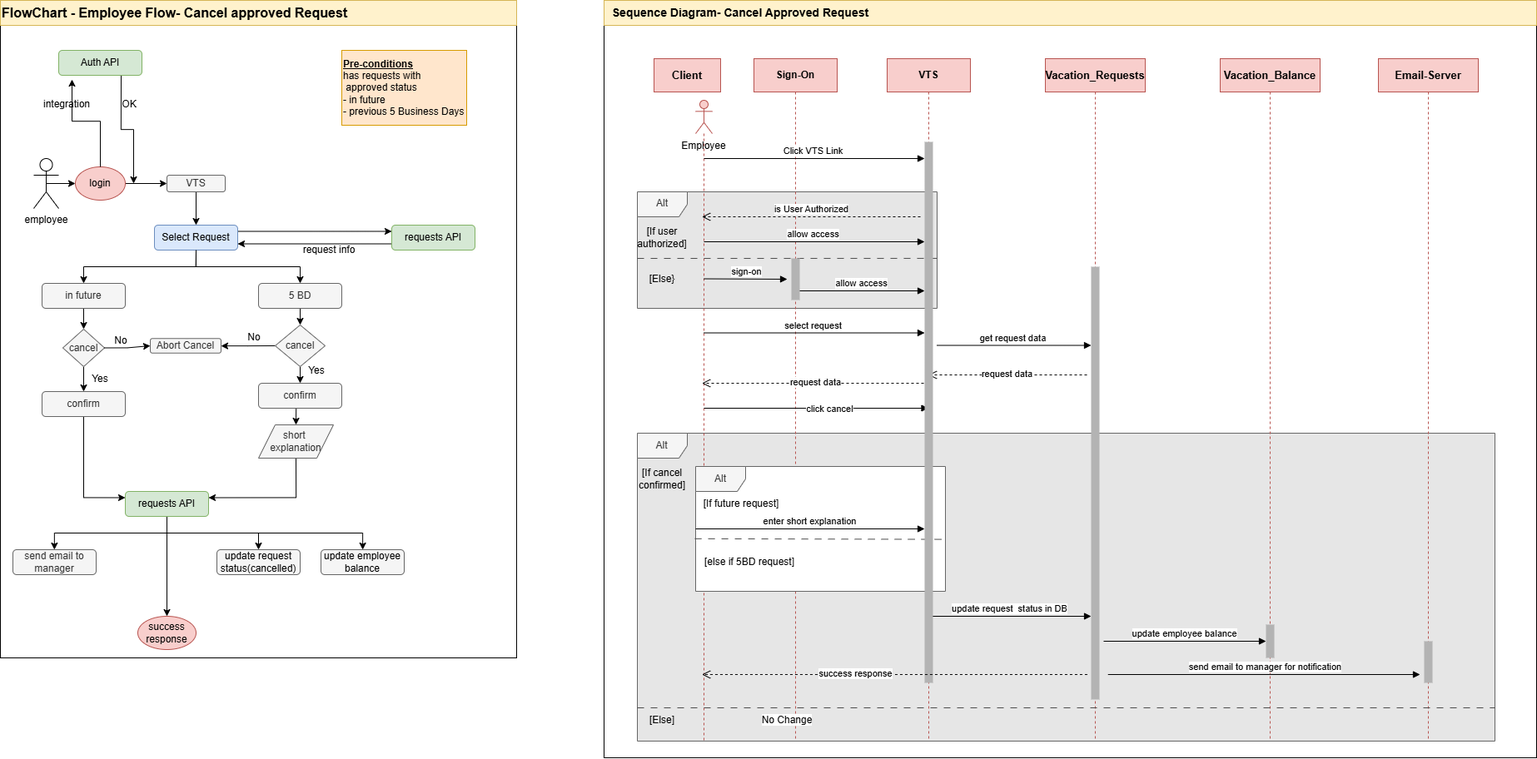
The draw.io diagram images/VTS-cancel request.png in Radwa-Kelany/task1-VTS, before a commit. Source tidied: cells renumbered, new cells last; positions are measured from the earlier drawing's top-left corner, leaving out a move shared by most shapes.
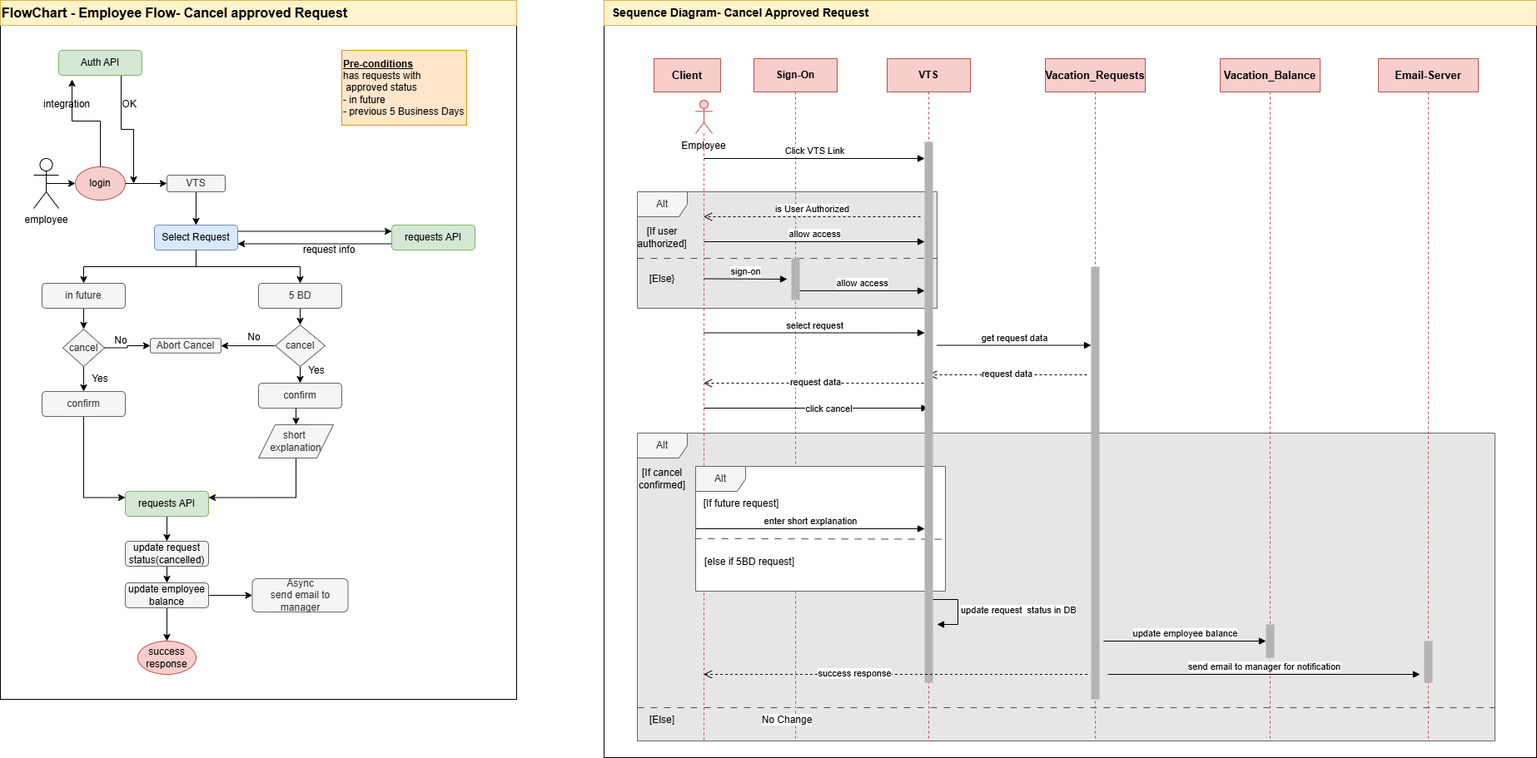
The same diagram one commit later.

Diff of the diagram source:
```diff
@@ -3,7 +3,7 @@
     <mxCell id="0" />
     <mxCell id="1" parent="0" />
     <mxCell id="2" style="rounded=0;whiteSpace=wrap;html=1;" parent="1" vertex="1">
-      <mxGeometry width="620" height="790" as="geometry" />
+      <mxGeometry width="620" height="840" as="geometry" />
     </mxCell>
     <mxCell id="3" style="edgeStyle=orthogonalEdgeStyle;rounded=0;jettySize=auto;html=1;exitX=0.5;exitY=0.5;exitDx=0;exitDy=0;exitPerimeter=0;entryX=0;entryY=0.5;entryDx=0;entryDy=0;" parent="1" edge="1" source="4" target="6">
       <mxGeometry relative="1" as="geometry" />
@@ -81,26 +81,17 @@
     <mxCell id="26" value="cancel" style="rhombus;whiteSpace=wrap;html=1;fillColor=#f5f5f5;fontColor=#333333;strokeColor=#666666;direction=south;" parent="1" vertex="1">
       <mxGeometry x="75" y="395" width="50" height="45" as="geometry" />
     </mxCell>
-    <mxCell id="27" style="edgeStyle=orthogonalEdgeStyle;rounded=0;jettySize=auto;html=1;exitX=0.5;exitY=1;exitDx=0;exitDy=0;" parent="1" edge="1" source="31" target="48">
+    <mxCell id="27" style="edgeStyle=orthogonalEdgeStyle;rounded=0;jettySize=auto;html=1;exitX=0.5;exitY=1;exitDx=0;exitDy=0;entryX=0.5;entryY=0;entryDx=0;entryDy=0;" parent="1" edge="1" source="31" target="48">
       <mxGeometry relative="1" as="geometry" />
     </mxCell>
-    <mxCell id="28" style="edgeStyle=orthogonalEdgeStyle;rounded=0;jettySize=auto;html=1;exitX=0.5;exitY=1;exitDx=0;exitDy=0;" parent="1" edge="1" source="31" target="47">
-      <mxGeometry relative="1" as="geometry" />
-    </mxCell>
-    <mxCell id="29" style="edgeStyle=orthogonalEdgeStyle;rounded=0;jettySize=auto;html=1;exitX=0.5;exitY=1;exitDx=0;exitDy=0;" parent="1" edge="1" source="31" target="32">
-      <mxGeometry relative="1" as="geometry" />
-    </mxCell>
-    <mxCell id="30" style="edgeStyle=orthogonalEdgeStyle;rounded=0;jettySize=auto;html=1;exitX=0.5;exitY=1;exitDx=0;exitDy=0;" parent="1" edge="1" source="31" target="33">
-      <mxGeometry relative="1" as="geometry" />
-    </mxCell>
     <mxCell id="31" value="requests API" style="rounded=1;whiteSpace=wrap;html=1;fillColor=#d5e8d4;strokeColor=#82b366;" parent="1" vertex="1">
       <mxGeometry x="150" y="590" width="100" height="30" as="geometry" />
     </mxCell>
     <mxCell id="32" value="success response" style="ellipse;whiteSpace=wrap;html=1;fillColor=#f8cecc;strokeColor=#b85450;" parent="1" vertex="1">
-      <mxGeometry x="165" y="740" width="70" height="40" as="geometry" />
+      <mxGeometry x="165" y="770" width="70" height="40" as="geometry" />
     </mxCell>
-    <mxCell id="33" value="send email to manager" style="rounded=1;whiteSpace=wrap;html=1;fillColor=#f5f5f5;fontColor=#333333;strokeColor=#666666;" parent="1" vertex="1">
-      <mxGeometry x="15" y="660" width="100" height="30" as="geometry" />
+    <mxCell id="33" value="Async&lt;div&gt;send email to manager&lt;/div&gt;" style="rounded=1;whiteSpace=wrap;html=1;fillColor=#f5f5f5;fontColor=#333333;strokeColor=#666666;" parent="1" vertex="1">
+      <mxGeometry x="302.5" y="695" width="115" height="40" as="geometry" />
     </mxCell>
     <mxCell id="34" value="Yes" style="text;html=1;whiteSpace=wrap;strokeColor=none;fillColor=none;align=center;verticalAlign=middle;rounded=0;" parent="1" vertex="1">
       <mxGeometry x="90" y="440" width="60" height="30" as="geometry" />
@@ -141,11 +132,20 @@
     <mxCell id="46" value="short&amp;nbsp;&lt;div&gt;explanation&lt;/div&gt;" style="shape=parallelogram;perimeter=parallelogramPerimeter;whiteSpace=wrap;html=1;fixedSize=1;fillColor=#f5f5f5;fontColor=#333333;strokeColor=#666666;" parent="1" vertex="1">
       <mxGeometry x="310" y="510" width="90" height="40" as="geometry" />
     </mxCell>
+    <mxCell id="99" style="edgeStyle=orthogonalEdgeStyle;rounded=0;jettySize=auto;html=1;exitX=0.5;exitY=1;exitDx=0;exitDy=0;entryX=0.5;entryY=0;entryDx=0;entryDy=0;" parent="1" edge="1" source="47" target="32">
+      <mxGeometry relative="1" as="geometry" />
+    </mxCell>
+    <mxCell id="100" style="edgeStyle=orthogonalEdgeStyle;rounded=0;jettySize=auto;html=1;exitX=1;exitY=0.5;exitDx=0;exitDy=0;entryX=0;entryY=0.5;entryDx=0;entryDy=0;" parent="1" edge="1" source="47" target="33">
+      <mxGeometry relative="1" as="geometry" />
+    </mxCell>
     <mxCell id="47" value="&lt;span style=&quot;color: rgb(0, 0, 0);&quot;&gt;update employee balance&lt;/span&gt;" style="rounded=1;whiteSpace=wrap;html=1;fillColor=#f5f5f5;fontColor=#333333;strokeColor=#666666;" parent="1" vertex="1">
-      <mxGeometry x="385" y="660" width="100" height="30" as="geometry" />
+      <mxGeometry x="150" y="700" width="100" height="30" as="geometry" />
     </mxCell>
+    <mxCell id="101" style="edgeStyle=orthogonalEdgeStyle;rounded=0;jettySize=auto;html=1;exitX=0.5;exitY=1;exitDx=0;exitDy=0;entryX=0.5;entryY=0;entryDx=0;entryDy=0;" parent="1" edge="1" source="48" target="47">
+      <mxGeometry relative="1" as="geometry" />
+    </mxCell>
     <mxCell id="48" value="&lt;span style=&quot;color: rgb(0, 0, 0);&quot;&gt;update request status(cancelled)&lt;/span&gt;" style="rounded=1;whiteSpace=wrap;html=1;fillColor=#f5f5f5;fontColor=#333333;strokeColor=#666666;" parent="1" vertex="1">
-      <mxGeometry x="260" y="660" width="100" height="30" as="geometry" />
+      <mxGeometry x="150" y="650" width="100" height="30" as="geometry" />
     </mxCell>
     <mxCell id="49" value="Yes" style="text;html=1;whiteSpace=wrap;strokeColor=none;fillColor=none;align=center;verticalAlign=middle;rounded=0;" parent="1" vertex="1">
       <mxGeometry x="350" y="430" width="60" height="30" as="geometry" />
@@ -285,12 +285,6 @@
     <mxCell id="84" value="Employee" style="text;html=1;whiteSpace=wrap;strokeColor=none;fillColor=none;align=center;verticalAlign=middle;rounded=0;" parent="1" vertex="1">
       <mxGeometry x="815" y="160" width="60" height="30" as="geometry" />
     </mxCell>
-    <mxCell id="85" value="&lt;span style=&quot;text-align: left;&quot;&gt;update request&amp;nbsp; status in DB&lt;/span&gt;" style="html=1;verticalAlign=bottom;endArrow=block;curved=0;rounded=0;" parent="1" edge="1">
-      <mxGeometry x="0.01" relative="1" as="geometry">
-        <mxPoint x="1115" y="740" as="sourcePoint" />
-        <mxPoint x="1310" y="740" as="targetPoint" />
-      </mxGeometry>
-    </mxCell>
     <mxCell id="86" value="select request" style="html=1;verticalAlign=bottom;endArrow=block;curved=0;rounded=0;" parent="1" edge="1" target="90">
       <mxGeometry relative="1" as="geometry">
         <mxPoint x="845" y="399.5" as="sourcePoint" />
@@ -343,5 +337,15 @@
         <mxPoint x="-46" as="offset" />
       </mxGeometry>
     </mxCell>
+    <mxCell id="85" value="update request&amp;nbsp; status in DB" style="html=1;align=left;spacingLeft=2;endArrow=block;rounded=0;edgeStyle=orthogonalEdgeStyle;curved=0;rounded=0;" parent="1" edge="1">
+      <mxGeometry relative="1" as="geometry">
+        <mxPoint x="1120" y="720" as="sourcePoint" />
+        <mxPoint x="1125" y="750" as="targetPoint" />
+        <Array as="points">
+          <mxPoint x="1150" y="720" />
+          <mxPoint x="1150" y="750" />
+        </Array>
+      </mxGeometry>
+    </mxCell>
   </root>
 </mxGraphModel>
```
